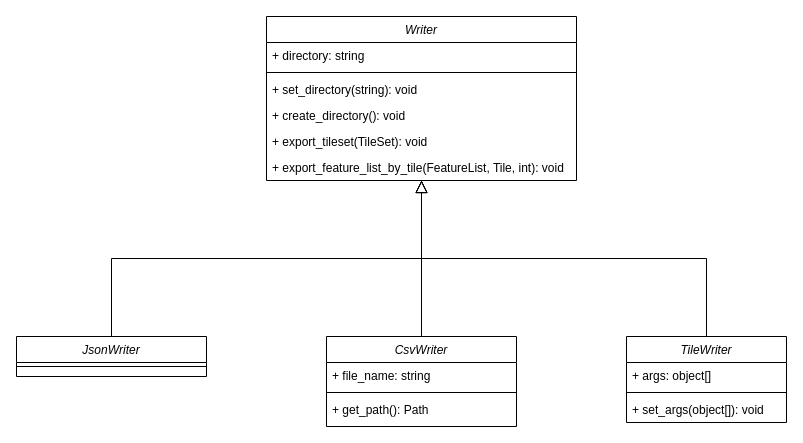
Earlier version of the draw.io diagram docs/UML_Writers.drawio (VCityTeam/pySunlight). Source tidied: cells renumbered, new cells numbered last; positions are measured from the earlier drawing's top-left corner, leaving out a move shared by most shapes. Both pictures are drawn from the tidied source at 100%, with x=0, y=0 at pixel (16, 16).
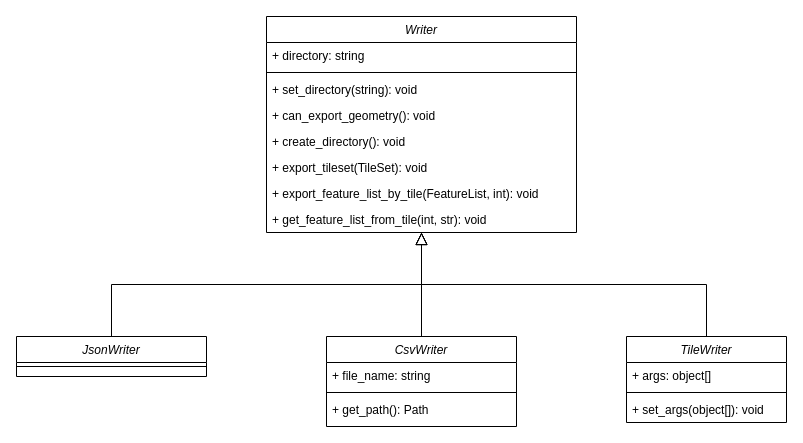
The same page after the edit.

Commit message (it also covers changes not shown here):
Update wirters class diagram

What changed in the source:
```diff
@@
     <mxCell id="2" value="Writer" style="swimlane;fontStyle=2;align=center;verticalAlign=top;horizontal=1;startSize=26;rounded=0;shadow=0;strokeWidth=1;" parent="1" vertex="1">
-      <mxGeometry x="250" width="310" height="164" as="geometry" />
+      <mxGeometry x="250" width="310" height="216" as="geometry" />
     </mxCell>
@@
-    <mxCell id="6" value="+ create_directory(): void" style="text;align=left;verticalAlign=top;spacingLeft=4;spacingRight=4;overflow=hidden;" parent="2" vertex="1">
+    <mxCell id="6" value="+ can_export_geometry(): void" style="text;align=left;verticalAlign=top;spacingLeft=4;spacingRight=4;overflow=hidden;" parent="2" vertex="1">
       <mxGeometry y="86" width="310" height="26" as="geometry" />
     </mxCell>
+    <mxCell id="22" value="+ create_directory(): void" style="text;align=left;verticalAlign=top;spacingLeft=4;spacingRight=4;overflow=hidden;" parent="2" vertex="1">
+      <mxGeometry y="112" width="310" height="26" as="geometry" />
+    </mxCell>
     <mxCell id="7" value="+ export_tileset(TileSet): void" style="text;align=left;verticalAlign=top;spacingLeft=4;spacingRight=4;overflow=hidden;" parent="2" vertex="1">
-      <mxGeometry y="112" width="310" height="26" as="geometry" />
+      <mxGeometry y="138" width="310" height="26" as="geometry" />
     </mxCell>
-    <mxCell id="8" value="+ export_feature_list_by_tile(FeatureList, Tile, int): void" style="text;align=left;verticalAlign=top;spacingLeft=4;spacingRight=4;overflow=hidden;" parent="2" vertex="1">
-      <mxGeometry y="138" width="310" height="26" as="geometry" />
+    <mxCell id="8" value="+ export_feature_list_by_tile(FeatureList, int): void" style="text;align=left;verticalAlign=top;spacingLeft=4;spacingRight=4;overflow=hidden;" parent="2" vertex="1">
+      <mxGeometry y="164" width="310" height="26" as="geometry" />
     </mxCell>
+    <mxCell id="23" value="+ get_feature_list_from_tile(int, str): void" style="text;align=left;verticalAlign=top;spacingLeft=4;spacingRight=4;overflow=hidden;" parent="2" vertex="1">
+      <mxGeometry y="190" width="310" height="26" as="geometry" />
+    </mxCell>
```
